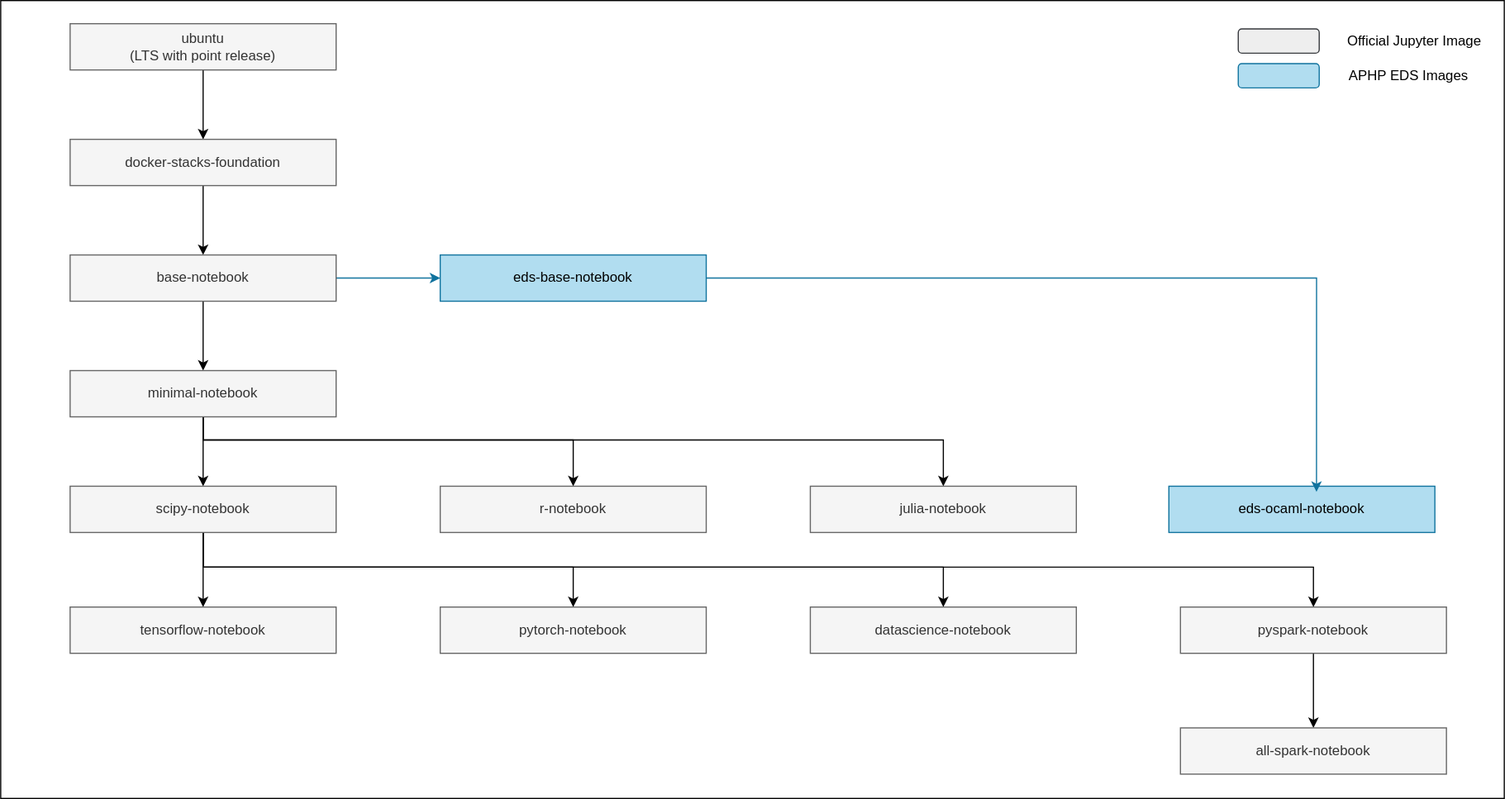
This is resources/jupyter-eds-notebook.drawio.svg from aphp/jupyter-eds-notebooks, a draw.io export, as it was before one commit. Source tidied: cells renumbered, new cells last; positions are measured from the earlier drawing's top-left corner, leaving out a move shared by most shapes. The source it was exported from:
```xml
<mxGraphModel>
  <root>
    <mxCell id="0" />
    <mxCell id="1" parent="0" />
    <mxCell id="2" style="rounded=0;whiteSpace=wrap;html=1;" parent="1" vertex="1">
      <mxGeometry width="1300" height="690" as="geometry" />
    </mxCell>
    <mxCell id="3" style="edgeStyle=orthogonalEdgeStyle;rounded=0;jettySize=auto;html=1;exitX=0.5;exitY=1;exitDx=0;exitDy=0;entryX=0.5;entryY=0;entryDx=0;entryDy=0;" parent="1" edge="1" source="4" target="6">
      <mxGeometry relative="1" as="geometry" />
    </mxCell>
    <mxCell id="4" value="ubuntu&lt;div&gt;(LTS with point release)&lt;/div&gt;" style="rounded=0;whiteSpace=wrap;html=1;fillColor=#f5f5f5;strokeColor=#666666;fontColor=#333333;" parent="1" vertex="1">
      <mxGeometry x="60" y="20" width="230" height="40" as="geometry" />
    </mxCell>
    <mxCell id="5" style="edgeStyle=orthogonalEdgeStyle;rounded=0;jettySize=auto;html=1;exitX=0.5;exitY=1;exitDx=0;exitDy=0;entryX=0.5;entryY=0;entryDx=0;entryDy=0;" parent="1" edge="1" source="6" target="9">
      <mxGeometry relative="1" as="geometry" />
    </mxCell>
    <mxCell id="6" value="docker-stacks-foundation" style="rounded=0;whiteSpace=wrap;html=1;fillColor=#f5f5f5;strokeColor=#666666;fontColor=#333333;" parent="1" vertex="1">
      <mxGeometry x="60" y="120" width="230" height="40" as="geometry" />
    </mxCell>
    <mxCell id="7" style="edgeStyle=orthogonalEdgeStyle;rounded=0;jettySize=auto;html=1;exitX=0.5;exitY=1;exitDx=0;exitDy=0;entryX=0.5;entryY=0;entryDx=0;entryDy=0;" parent="1" edge="1" source="9" target="13">
      <mxGeometry relative="1" as="geometry" />
    </mxCell>
    <mxCell id="8" style="edgeStyle=orthogonalEdgeStyle;rounded=0;jettySize=auto;html=1;fillColor=#b1ddf0;strokeColor=#10739e;" parent="1" edge="1" source="9" target="27">
      <mxGeometry relative="1" as="geometry" />
    </mxCell>
    <mxCell id="9" value="base-notebook" style="rounded=0;whiteSpace=wrap;html=1;fillColor=#f5f5f5;strokeColor=#666666;fontColor=#333333;" parent="1" vertex="1">
      <mxGeometry x="60" y="220" width="230" height="40" as="geometry" />
    </mxCell>
    <mxCell id="10" style="edgeStyle=orthogonalEdgeStyle;rounded=0;jettySize=auto;html=1;exitX=0.5;exitY=1;exitDx=0;exitDy=0;entryX=0.5;entryY=0;entryDx=0;entryDy=0;" parent="1" edge="1" source="13" target="18">
      <mxGeometry relative="1" as="geometry" />
    </mxCell>
    <mxCell id="11" style="edgeStyle=orthogonalEdgeStyle;rounded=0;jettySize=auto;html=1;" parent="1" edge="1" source="13" target="20">
      <mxGeometry relative="1" as="geometry">
        <Array as="points">
          <mxPoint x="175" y="380" />
          <mxPoint x="495" y="380" />
        </Array>
      </mxGeometry>
    </mxCell>
    <mxCell id="12" style="edgeStyle=orthogonalEdgeStyle;rounded=0;jettySize=auto;html=1;" parent="1" edge="1" source="13" target="22">
      <mxGeometry relative="1" as="geometry">
        <Array as="points">
          <mxPoint x="175" y="380" />
          <mxPoint x="815" y="380" />
        </Array>
      </mxGeometry>
    </mxCell>
    <mxCell id="13" value="minimal-notebook" style="rounded=0;whiteSpace=wrap;html=1;fillColor=#f5f5f5;strokeColor=#666666;fontColor=#333333;" parent="1" vertex="1">
      <mxGeometry x="60" y="320" width="230" height="40" as="geometry" />
    </mxCell>
    <mxCell id="14" style="edgeStyle=orthogonalEdgeStyle;rounded=0;jettySize=auto;html=1;exitX=0.5;exitY=1;exitDx=0;exitDy=0;entryX=0.5;entryY=0;entryDx=0;entryDy=0;" parent="1" edge="1" source="18" target="19">
      <mxGeometry relative="1" as="geometry" />
    </mxCell>
    <mxCell id="15" style="edgeStyle=orthogonalEdgeStyle;rounded=0;jettySize=auto;html=1;" parent="1" edge="1" source="18" target="21">
      <mxGeometry relative="1" as="geometry">
        <Array as="points">
          <mxPoint x="175" y="490" />
          <mxPoint x="495" y="490" />
        </Array>
      </mxGeometry>
    </mxCell>
    <mxCell id="16" style="edgeStyle=orthogonalEdgeStyle;rounded=0;jettySize=auto;html=1;exitX=0.5;exitY=1;exitDx=0;exitDy=0;" parent="1" edge="1" source="18" target="23">
      <mxGeometry relative="1" as="geometry">
        <Array as="points">
          <mxPoint x="175" y="490" />
          <mxPoint x="815" y="490" />
        </Array>
      </mxGeometry>
    </mxCell>
    <mxCell id="17" style="edgeStyle=orthogonalEdgeStyle;rounded=0;jettySize=auto;html=1;" parent="1" edge="1" source="18" target="25">
      <mxGeometry relative="1" as="geometry">
        <Array as="points">
          <mxPoint x="175" y="490" />
          <mxPoint x="1135" y="490" />
        </Array>
      </mxGeometry>
    </mxCell>
    <mxCell id="18" value="scipy-notebook" style="rounded=0;whiteSpace=wrap;html=1;fillColor=#f5f5f5;strokeColor=#666666;fontColor=#333333;" parent="1" vertex="1">
      <mxGeometry x="60" y="420" width="230" height="40" as="geometry" />
    </mxCell>
    <mxCell id="19" value="tensorflow-notebook" style="rounded=0;whiteSpace=wrap;html=1;fillColor=#f5f5f5;strokeColor=#666666;fontColor=#333333;" parent="1" vertex="1">
      <mxGeometry x="60" y="524.5" width="230" height="40" as="geometry" />
    </mxCell>
    <mxCell id="20" value="r-notebook" style="rounded=0;whiteSpace=wrap;html=1;fillColor=#f5f5f5;strokeColor=#666666;fontColor=#333333;" parent="1" vertex="1">
      <mxGeometry x="380" y="420" width="230" height="40" as="geometry" />
    </mxCell>
    <mxCell id="21" value="pytorch-notebook" style="rounded=0;whiteSpace=wrap;html=1;fillColor=#f5f5f5;strokeColor=#666666;fontColor=#333333;" parent="1" vertex="1">
      <mxGeometry x="380" y="524.5" width="230" height="40" as="geometry" />
    </mxCell>
    <mxCell id="22" value="julia-notebook" style="rounded=0;whiteSpace=wrap;html=1;fillColor=#f5f5f5;strokeColor=#666666;fontColor=#333333;" parent="1" vertex="1">
      <mxGeometry x="700" y="420" width="230" height="40" as="geometry" />
    </mxCell>
    <mxCell id="23" value="datascience-notebook" style="rounded=0;whiteSpace=wrap;html=1;fillColor=#f5f5f5;strokeColor=#666666;fontColor=#333333;" parent="1" vertex="1">
      <mxGeometry x="700" y="524.5" width="230" height="40" as="geometry" />
    </mxCell>
    <mxCell id="24" style="edgeStyle=orthogonalEdgeStyle;rounded=0;jettySize=auto;html=1;exitX=0.5;exitY=1;exitDx=0;exitDy=0;" parent="1" edge="1" source="25" target="26">
      <mxGeometry relative="1" as="geometry" />
    </mxCell>
    <mxCell id="25" value="pyspark-notebook" style="rounded=0;whiteSpace=wrap;html=1;fillColor=#f5f5f5;strokeColor=#666666;fontColor=#333333;" parent="1" vertex="1">
      <mxGeometry x="1020" y="524.5" width="230" height="40" as="geometry" />
    </mxCell>
    <mxCell id="26" value="all-spark-notebook" style="rounded=0;whiteSpace=wrap;html=1;fillColor=#f5f5f5;strokeColor=#666666;fontColor=#333333;" parent="1" vertex="1">
      <mxGeometry x="1020" y="629" width="230" height="40" as="geometry" />
    </mxCell>
    <mxCell id="27" value="eds-base-notebook" style="rounded=0;whiteSpace=wrap;html=1;fillColor=#b1ddf0;strokeColor=#10739e;" parent="1" vertex="1">
      <mxGeometry x="380" y="220" width="230" height="40" as="geometry" />
    </mxCell>
    <mxCell id="28" value="eds-ocaml-notebook" style="rounded=0;whiteSpace=wrap;html=1;fillColor=#b1ddf0;strokeColor=#10739e;" parent="1" vertex="1">
      <mxGeometry x="1010" y="420" width="230" height="40" as="geometry" />
    </mxCell>
    <mxCell id="29" style="edgeStyle=orthogonalEdgeStyle;rounded=0;jettySize=auto;html=1;entryX=0.555;entryY=0.12;entryDx=0;entryDy=0;entryPerimeter=0;fillColor=#b1ddf0;strokeColor=#10739e;" parent="1" edge="1" source="27" target="28">
      <mxGeometry relative="1" as="geometry" />
    </mxCell>
    <mxCell id="30" style="rounded=1;whiteSpace=wrap;html=1;fillColor=#b1ddf0;strokeColor=#10739e;" parent="1" vertex="1">
      <mxGeometry x="1070" y="54.5" width="70" height="21" as="geometry" />
    </mxCell>
    <mxCell id="31" value="APHP EDS Images" style="text;html=1;align=center;verticalAlign=middle;whiteSpace=wrap;rounded=0;" parent="1" vertex="1">
      <mxGeometry x="1155" y="50" width="125" height="30" as="geometry" />
    </mxCell>
    <mxCell id="32" style="rounded=1;whiteSpace=wrap;html=1;fillColor=#eeeeee;strokeColor=#36393d;" parent="1" vertex="1">
      <mxGeometry x="1070" y="24.5" width="70" height="21" as="geometry" />
    </mxCell>
    <mxCell id="33" value="Official Jupyter Image" style="text;html=1;align=center;verticalAlign=middle;whiteSpace=wrap;rounded=0;" parent="1" vertex="1">
      <mxGeometry x="1155" y="20" width="135" height="30" as="geometry" />
    </mxCell>
  </root>
</mxGraphModel>
```
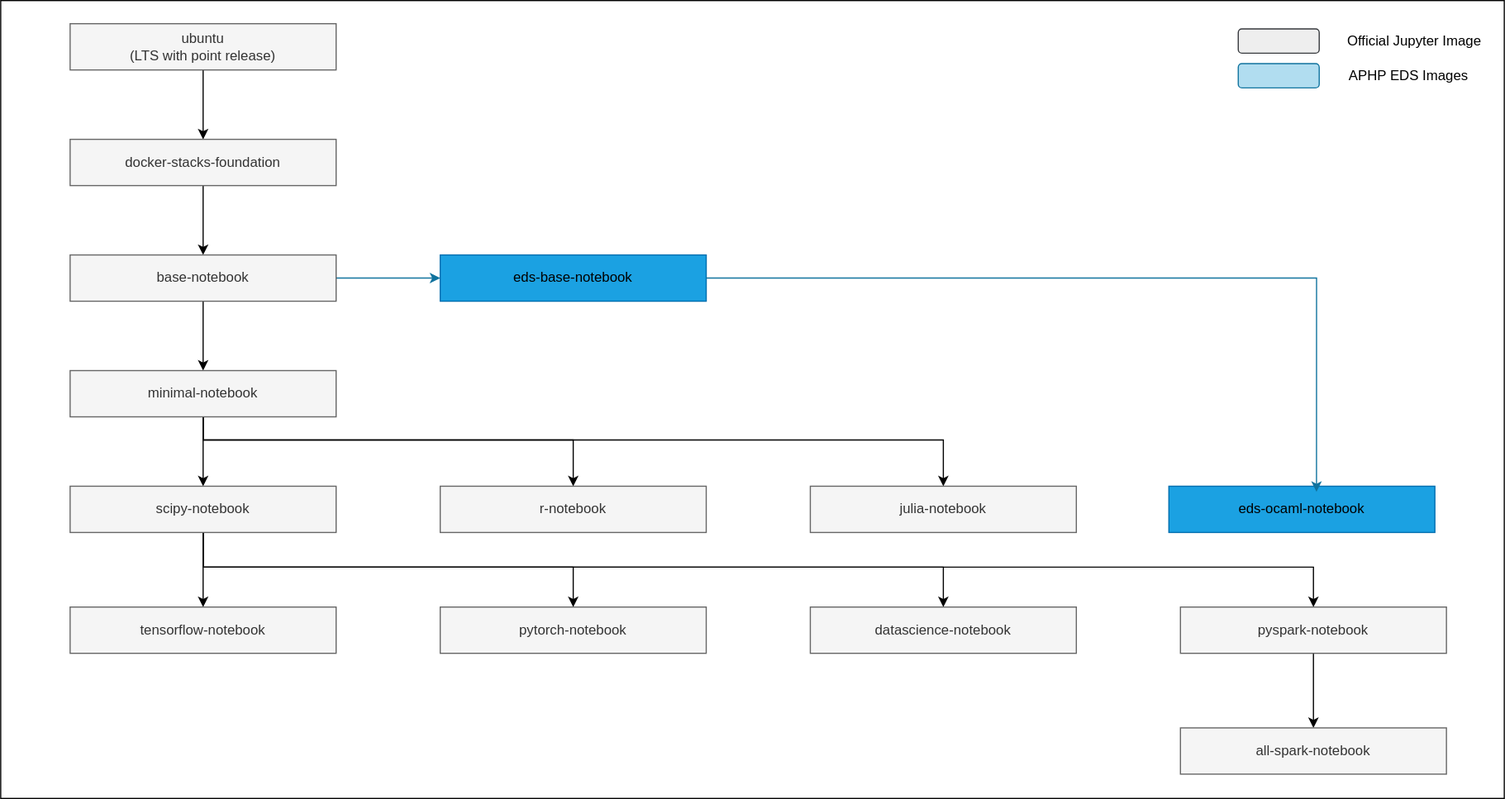
The same diagram one commit later.

The edit, as a diff of the source:
```diff
@@ -102,10 +102,10 @@
     <mxCell id="26" value="all-spark-notebook" style="rounded=0;whiteSpace=wrap;html=1;fillColor=#f5f5f5;strokeColor=#666666;fontColor=#333333;" parent="1" vertex="1">
       <mxGeometry x="1020" y="629" width="230" height="40" as="geometry" />
     </mxCell>
-    <mxCell id="27" value="eds-base-notebook" style="rounded=0;whiteSpace=wrap;html=1;fillColor=#b1ddf0;strokeColor=#10739e;" parent="1" vertex="1">
+    <mxCell id="27" value="eds-base-notebook" style="rounded=0;whiteSpace=wrap;html=1;fillColor=#1ba1e2;strokeColor=#006EAF;fontColor=#000000;" parent="1" vertex="1">
       <mxGeometry x="380" y="220" width="230" height="40" as="geometry" />
     </mxCell>
-    <mxCell id="28" value="eds-ocaml-notebook" style="rounded=0;whiteSpace=wrap;html=1;fillColor=#b1ddf0;strokeColor=#10739e;" parent="1" vertex="1">
+    <mxCell id="28" value="eds-ocaml-notebook" style="rounded=0;whiteSpace=wrap;html=1;fillColor=#1ba1e2;strokeColor=#006EAF;fontColor=#000000;" parent="1" vertex="1">
       <mxGeometry x="1010" y="420" width="230" height="40" as="geometry" />
     </mxCell>
     <mxCell id="29" style="edgeStyle=orthogonalEdgeStyle;rounded=0;jettySize=auto;html=1;entryX=0.555;entryY=0.12;entryDx=0;entryDy=0;entryPerimeter=0;fillColor=#b1ddf0;strokeColor=#10739e;" parent="1" edge="1" source="27" target="28">
```
